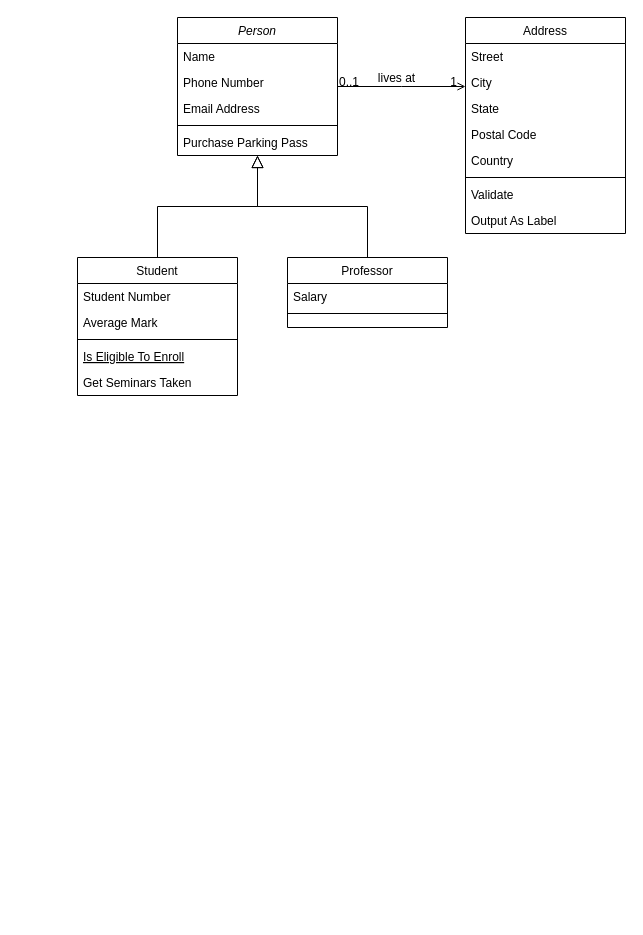
Earlier version of the draw.io diagram Untitled Diagram.drawio (AmanDeoli/DemoFile). Source tidied: cells renumbered, new cells numbered last; positions are measured from the earlier drawing's top-left corner, leaving out a move shared by most shapes. Both pictures are drawn from the tidied source at 100%, with x=0, y=0 at pixel (77, 17).
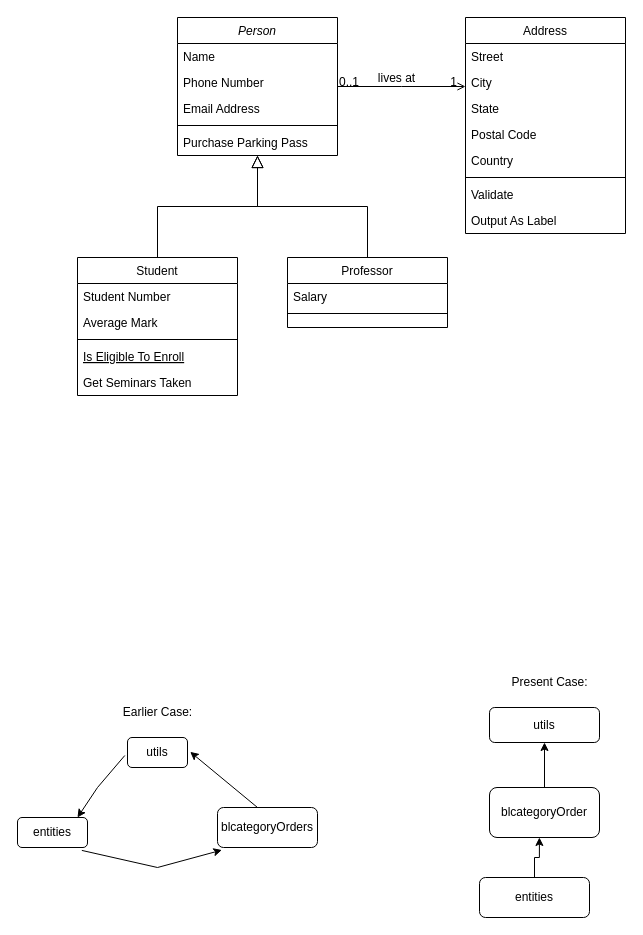
The same diagram, later.

Change to the diagram source:
```diff
@@
+    <mxCell id="32" value="utils" style="rounded=1;whiteSpace=wrap;html=1;" parent="1" vertex="1">
+      <mxGeometry x="50" y="720" width="60" height="30" as="geometry" />
+    </mxCell>
+    <mxCell id="33" value="entities" style="rounded=1;whiteSpace=wrap;html=1;" parent="1" vertex="1">
+      <mxGeometry x="-60" y="800" width="70" height="30" as="geometry" />
+    </mxCell>
+    <mxCell id="34" value="blcategoryOrders" style="rounded=1;whiteSpace=wrap;html=1;" parent="1" vertex="1">
+      <mxGeometry x="140" y="790" width="100" height="40" as="geometry" />
+    </mxCell>
+    <mxCell id="35" style="endArrow=classic;html=1;rounded=0;exitX=-0.045;exitY=0.6;exitDx=0;exitDy=0;exitPerimeter=0;" parent="1" edge="1" source="32">
+      <mxGeometry relative="1" as="geometry">
+        <mxPoint y="800" as="targetPoint" />
+        <Array as="points">
+          <mxPoint x="20" y="770" />
+        </Array>
+      </mxGeometry>
+    </mxCell>
+    <mxCell id="36" style="endArrow=classic;html=1;rounded=0;exitX=0.4;exitY=0;exitDx=0;exitDy=0;exitPerimeter=0;entryX=1.045;entryY=0.479;entryDx=0;entryDy=0;entryPerimeter=0;" parent="1" edge="1" source="34" target="32">
+      <mxGeometry relative="1" as="geometry" />
+    </mxCell>
+    <mxCell id="37" style="endArrow=classic;html=1;rounded=0;entryX=0.044;entryY=1.064;entryDx=0;entryDy=0;entryPerimeter=0;exitX=0.919;exitY=1.097;exitDx=0;exitDy=0;exitPerimeter=0;" parent="1" edge="1" source="33" target="34">
+      <mxGeometry relative="1" as="geometry">
+        <Array as="points">
+          <mxPoint x="80" y="850" />
+        </Array>
+      </mxGeometry>
+    </mxCell>
+    <mxCell id="38" value="Earlier Case:" style="text;html=1;align=center;verticalAlign=middle;strokeColor=none;fillColor=none;" parent="1" vertex="1">
+      <mxGeometry x="35" y="680" width="90" height="30" as="geometry" />
+    </mxCell>
+    <mxCell id="39" value="utils" style="rounded=1;whiteSpace=wrap;html=1;" parent="1" vertex="1">
+      <mxGeometry x="412" y="690" width="110" height="35" as="geometry" />
+    </mxCell>
+    <mxCell id="40" style="edgeStyle=orthogonalEdgeStyle;rounded=0;jettySize=auto;html=1;exitX=0.5;exitY=0;exitDx=0;exitDy=0;" parent="1" edge="1" source="41">
+      <mxGeometry relative="1" as="geometry">
+        <mxPoint x="461.9" y="820" as="targetPoint" />
+        <Array as="points">
+          <mxPoint x="457" y="840" />
+          <mxPoint x="462" y="840" />
+        </Array>
+      </mxGeometry>
+    </mxCell>
+    <mxCell id="41" value="entities" style="rounded=1;whiteSpace=wrap;html=1;" parent="1" vertex="1">
+      <mxGeometry x="402" y="860" width="110" height="40" as="geometry" />
+    </mxCell>
+    <mxCell id="42" style="edgeStyle=orthogonalEdgeStyle;rounded=0;jettySize=auto;html=1;exitX=0.5;exitY=0;exitDx=0;exitDy=0;entryX=0.5;entryY=1;entryDx=0;entryDy=0;" parent="1" edge="1" source="43" target="39">
+      <mxGeometry relative="1" as="geometry" />
+    </mxCell>
+    <mxCell id="43" value="blcategoryOrder" style="rounded=1;whiteSpace=wrap;html=1;" parent="1" vertex="1">
+      <mxGeometry x="412" y="770" width="110" height="50" as="geometry" />
+    </mxCell>
+    <mxCell id="44" value="Present Case:" style="text;html=1;align=center;verticalAlign=middle;strokeColor=none;fillColor=none;" parent="1" vertex="1">
+      <mxGeometry x="422" y="650" width="100" height="30" as="geometry" />
+    </mxCell>
```
